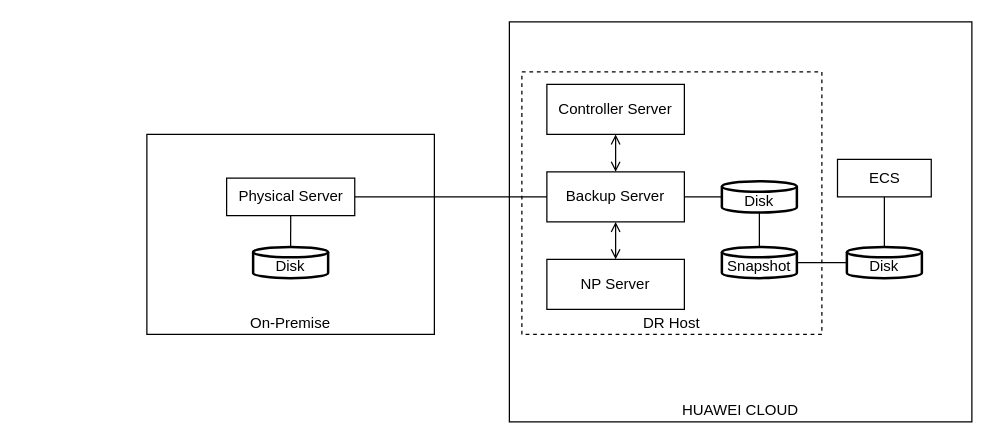
Before: Untitled Diagram.drawio in stray0/HUAWEI-CLOUD-Demo, a draw.io diagram. Source tidied: cells renumbered, new cells numbered last; positions are measured from the earlier drawing's top-left corner, leaving out a move shared by most shapes. Both pictures are drawn from the tidied source at 125%, with x=0, y=0 at pixel (146, 21).
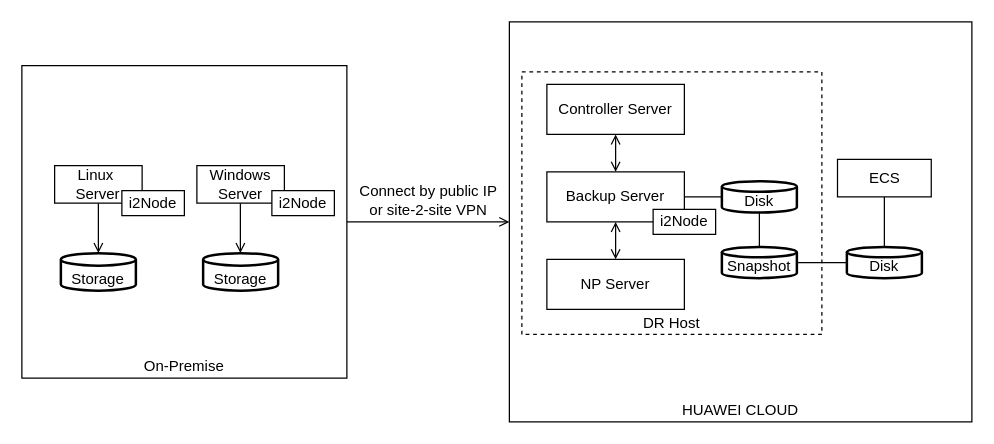
The same page after the edit.

The change refers to these unchanged cells:
```xml
<mxCell id="3" value="HUAWEI CLOUD" style="rounded=0;whiteSpace=wrap;html=1;hachureGap=4;verticalAlign=bottom;align=center;" parent="1" vertex="1">
  <mxGeometry x="290" width="370" height="320" as="geometry" />
</mxCell>
<mxCell id="4" style="group;" parent="1" vertex="1">
  <mxGeometry x="320" y="50" width="220" height="200" as="geometry" />
</mxCell>
<mxCell id="7" value="Backup Server" style="rounded=0;whiteSpace=wrap;html=1;hachureGap=4;verticalAlign=middle;" parent="4" vertex="1">
  <mxGeometry y="70" width="110" height="40" as="geometry" />
</mxCell>
```

The edit, as a diff of the source:
```diff
@@
+    <mxCell id="23" style="edgeStyle=orthogonalEdgeStyle;rounded=0;jettySize=auto;html=1;entryX=0;entryY=0.5;entryDx=0;entryDy=0;endArrow=open;endFill=0;" parent="1" edge="1" source="2" target="3">
+      <mxGeometry relative="1" as="geometry" />
+    </mxCell>
     <mxCell id="2" value="On-Premise" style="rounded=0;whiteSpace=wrap;html=1;hachureGap=4;align=center;verticalAlign=bottom;" parent="1" vertex="1">
-      <mxGeometry y="90" width="230" height="160" as="geometry" />
+      <mxGeometry x="-100" y="35" width="260" height="250" as="geometry" />
     </mxCell>
@@
+    <mxCell id="24" value="i2Node" style="rounded=0;whiteSpace=wrap;html=1;hachureGap=4;verticalAlign=middle;" parent="4" vertex="1">
+      <mxGeometry x="85" y="100" width="50" height="20" as="geometry" />
+    </mxCell>
@@
-    <mxCell id="19" style="edgeStyle=none;rounded=0;jettySize=auto;html=1;entryX=0.5;entryY=0;entryDx=0;entryDy=0;entryPerimeter=0;startArrow=none;startFill=0;endArrow=none;endFill=0;sourcePerimeterSpacing=8;targetPerimeterSpacing=8;exitX=0.5;exitY=1;exitDx=0;exitDy=0;" parent="1" edge="1" source="21" target="22">
+    <mxCell id="19" style="edgeStyle=none;rounded=0;jettySize=auto;html=1;entryX=0.5;entryY=0;entryDx=0;entryDy=0;entryPerimeter=0;startArrow=none;startFill=0;endArrow=open;endFill=0;sourcePerimeterSpacing=8;targetPerimeterSpacing=8;exitX=0.5;exitY=1;exitDx=0;exitDy=0;" parent="1" edge="1" source="21" target="22">
       <mxGeometry relative="1" as="geometry" />
     </mxCell>
-    <mxCell id="20" style="edgeStyle=none;rounded=0;jettySize=auto;html=1;entryX=0;entryY=0.5;entryDx=0;entryDy=0;startArrow=none;startFill=0;endArrow=none;endFill=0;sourcePerimeterSpacing=8;targetPerimeterSpacing=8;exitX=1;exitY=0.5;exitDx=0;exitDy=0;" parent="1" edge="1" source="21" target="7">
-      <mxGeometry relative="1" as="geometry" />
-    </mxCell>
-    <mxCell id="21" value="Physical Server" style="rounded=0;whiteSpace=wrap;html=1;hachureGap=4;verticalAlign=middle;" parent="1" vertex="1">
-      <mxGeometry x="63.8" y="125" width="102.5" height="30" as="geometry" />
+    <mxCell id="21" value="Linux&amp;nbsp;&lt;br&gt;Server" style="rounded=0;whiteSpace=wrap;html=1;hachureGap=4;verticalAlign=middle;" parent="1" vertex="1">
+      <mxGeometry x="-73.8" y="115" width="70" height="30" as="geometry" />
     </mxCell>
-    <mxCell id="22" value="Disk" style="strokeWidth=2;html=1;shape=mxgraph.flowchart.database;whiteSpace=wrap;hachureGap=4;verticalAlign=bottom;" parent="1" vertex="1">
-      <mxGeometry x="85" y="180" width="60" height="25" as="geometry" />
+    <mxCell id="22" value="Storage" style="strokeWidth=2;html=1;shape=mxgraph.flowchart.database;whiteSpace=wrap;hachureGap=4;verticalAlign=bottom;" parent="1" vertex="1">
+      <mxGeometry x="-68.8" y="185" width="60" height="30" as="geometry" />
     </mxCell>
+    <mxCell id="25" value="Windows&lt;br&gt;Server" style="rounded=0;whiteSpace=wrap;html=1;hachureGap=4;verticalAlign=middle;" parent="1" vertex="1">
+      <mxGeometry x="40" y="115" width="70" height="30" as="geometry" />
+    </mxCell>
+    <mxCell id="26" value="Storage" style="strokeWidth=2;html=1;shape=mxgraph.flowchart.database;whiteSpace=wrap;hachureGap=4;verticalAlign=bottom;" parent="1" vertex="1">
+      <mxGeometry x="45" y="185" width="60" height="30" as="geometry" />
+    </mxCell>
+    <mxCell id="27" style="edgeStyle=none;rounded=0;orthogonalLoop=1;jettySize=auto;html=1;entryX=0.5;entryY=0;entryDx=0;entryDy=0;entryPerimeter=0;startArrow=none;startFill=0;endArrow=open;endFill=0;sourcePerimeterSpacing=8;targetPerimeterSpacing=8;exitX=0.5;exitY=1;exitDx=0;exitDy=0;" parent="1" edge="1">
+      <mxGeometry relative="1" as="geometry">
+        <mxPoint x="74.8" y="145" as="sourcePoint" />
+        <mxPoint x="74.8" y="185" as="targetPoint" />
+      </mxGeometry>
+    </mxCell>
+    <mxCell id="28" value="i2Node" style="rounded=0;whiteSpace=wrap;html=1;hachureGap=4;verticalAlign=middle;" parent="1" vertex="1">
+      <mxGeometry x="-20" y="135" width="50" height="20" as="geometry" />
+    </mxCell>
+    <mxCell id="29" value="i2Node" style="rounded=0;whiteSpace=wrap;html=1;hachureGap=4;verticalAlign=middle;" parent="1" vertex="1">
+      <mxGeometry x="100" y="135" width="50" height="20" as="geometry" />
+    </mxCell>
+    <mxCell id="30" value="Connect by public IP&lt;br&gt;or site-2-site VPN" style="text;html=1;align=center;verticalAlign=middle;strokeColor=none;fillColor=none;" parent="1" vertex="1">
+      <mxGeometry x="160" y="127.5" width="130" height="30" as="geometry" />
+    </mxCell>
```
